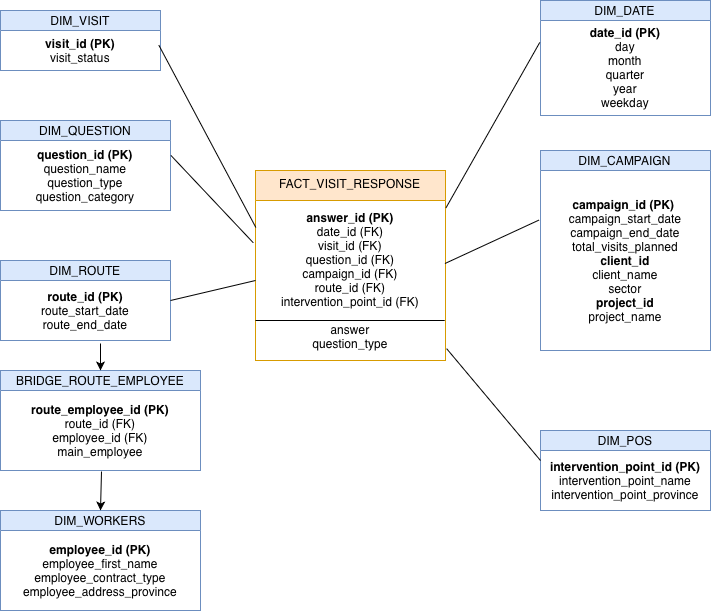
This is eda/star_schema.png from laiaalcala/data_technical_tests, a draw.io export, as it was before one commit. Source tidied: cells renumbered, new cells last; positions are measured from the earlier drawing's top-left corner, leaving out a move shared by most shapes. Source of this version:
```xml
<mxGraphModel>
  <root>
    <mxCell id="0" />
    <mxCell id="1" parent="0" />
    <mxCell id="2" value="FACT_VISIT_RESPONSE" style="shape=table;startSize=30;fixedHeader=1;verticalAlign=top;fillColor=#ffe6cc;strokeColor=#d79b00;" parent="1" vertex="1">
      <mxGeometry x="255" y="170" width="190" height="190" as="geometry" />
    </mxCell>
    <mxCell id="3" style="shape=tableRow;horizontal=0;startSize=0;swimlaneHead=0;swimlaneBody=0;strokeColor=inherit;top=0;left=0;bottom=0;right=0;fillColor=none;points=[[0,0.5],[1,0.5]];portConstraint=eastwest;fixedHeader=1;verticalAlign=top;" parent="2" vertex="1">
      <mxGeometry y="30" width="190" height="160" as="geometry" />
    </mxCell>
    <mxCell id="4" value="&lt;div style=&quot;&quot;&gt;&lt;b&gt;answer_id (PK)&lt;/b&gt;&lt;/div&gt;&lt;div style=&quot;&quot;&gt;date_id (FK)&lt;/div&gt;&lt;div style=&quot;&quot;&gt;visit_id (FK)&lt;/div&gt;&lt;div style=&quot;&quot;&gt;question_id (FK)&lt;/div&gt;&lt;div style=&quot;&quot;&gt;campaign_id (FK)&lt;/div&gt;&lt;div style=&quot;&quot;&gt;route_id (FK)&lt;/div&gt;&lt;div style=&quot;&quot;&gt;intervention_point_id (FK)&lt;/div&gt;&lt;div style=&quot;&quot;&gt;&lt;br&gt;&lt;/div&gt;&lt;div style=&quot;&quot;&gt;answer&lt;br&gt;&lt;/div&gt;&lt;div style=&quot;&quot;&gt;question_type&lt;/div&gt;" style="shape=partialRectangle;html=1;whiteSpace=wrap;strokeColor=inherit;overflow=hidden;fillColor=none;top=0;left=0;bottom=0;right=0;align=center;" parent="3" vertex="1">
      <mxGeometry width="190" height="160" as="geometry" />
    </mxCell>
    <mxCell id="5" style="endArrow=none;html=1;rounded=0;exitX=-0.001;exitY=0.758;exitDx=0;exitDy=0;exitPerimeter=0;entryX=0.995;entryY=0.758;entryDx=0;entryDy=0;entryPerimeter=0;" parent="2" edge="1">
      <mxGeometry relative="1" as="geometry">
        <mxPoint y="150" as="sourcePoint" />
        <mxPoint x="189.2" y="150" as="targetPoint" />
      </mxGeometry>
    </mxCell>
    <mxCell id="6" value="DIM_QUESTION" style="shape=table;startSize=20;fixedHeader=1;fillColor=#dae8fc;strokeColor=#6c8ebf;" parent="1" vertex="1">
      <mxGeometry y="120" width="170" height="90" as="geometry" />
    </mxCell>
    <mxCell id="7" style="shape=tableRow;horizontal=0;startSize=0;swimlaneHead=0;swimlaneBody=0;strokeColor=inherit;top=0;left=0;bottom=0;right=0;fillColor=none;points=[[0,0.5],[1,0.5]];portConstraint=eastwest;fixedHeader=1;" parent="6" vertex="1">
      <mxGeometry y="20" width="170" height="70" as="geometry" />
    </mxCell>
    <mxCell id="8" value="&lt;b&gt;question_id (PK)&lt;/b&gt;&lt;br&gt;question_name&lt;br&gt;question_type&lt;br&gt;question_category" style="shape=partialRectangle;html=1;whiteSpace=wrap;strokeColor=inherit;overflow=hidden;fillColor=none;top=0;left=0;bottom=0;right=0;align=center;" parent="7" vertex="1">
      <mxGeometry width="170" height="70" as="geometry" />
    </mxCell>
    <mxCell id="9" value="DIM_POS" style="shape=table;startSize=20;fixedHeader=1;fillColor=#dae8fc;strokeColor=#6c8ebf;" parent="1" vertex="1">
      <mxGeometry x="540" y="430" width="170" height="80" as="geometry" />
    </mxCell>
    <mxCell id="10" style="shape=tableRow;horizontal=0;startSize=0;swimlaneHead=0;swimlaneBody=0;strokeColor=inherit;top=0;left=0;bottom=0;right=0;fillColor=none;points=[[0,0.5],[1,0.5]];portConstraint=eastwest;fixedHeader=1;" parent="9" vertex="1">
      <mxGeometry y="20" width="170" height="60" as="geometry" />
    </mxCell>
    <mxCell id="11" value="&lt;b&gt;intervention_point_id (PK)&lt;/b&gt;&lt;br&gt;intervention_point_name&lt;br&gt;intervention_point_province" style="shape=partialRectangle;html=1;whiteSpace=wrap;strokeColor=inherit;overflow=hidden;fillColor=none;top=0;left=0;bottom=0;right=0;align=center;" parent="10" vertex="1">
      <mxGeometry width="170" height="60" as="geometry" />
    </mxCell>
    <mxCell id="12" value="DIM_VISIT" style="shape=table;startSize=20;fixedHeader=1;labelBackgroundColor=none;fillColor=#dae8fc;strokeColor=#6c8ebf;" parent="1" vertex="1">
      <mxGeometry y="10" width="160" height="60" as="geometry" />
    </mxCell>
    <mxCell id="13" style="shape=tableRow;horizontal=0;startSize=0;swimlaneHead=0;swimlaneBody=0;strokeColor=inherit;top=0;left=0;bottom=0;right=0;fillColor=none;points=[[0,0.5],[1,0.5]];portConstraint=eastwest;fixedHeader=1;" parent="12" vertex="1">
      <mxGeometry y="20" width="160" height="40" as="geometry" />
    </mxCell>
    <mxCell id="14" value="&lt;b&gt;visit_id (PK)&lt;/b&gt;&lt;br&gt;visit_status" style="shape=partialRectangle;html=1;whiteSpace=wrap;strokeColor=inherit;overflow=hidden;fillColor=none;top=0;left=0;bottom=0;right=0;align=center;" parent="13" vertex="1">
      <mxGeometry width="160" height="40" as="geometry" />
    </mxCell>
    <mxCell id="15" value="DIM_DATE" style="shape=table;startSize=20;fixedHeader=1;fillColor=#dae8fc;strokeColor=#6c8ebf;" parent="1" vertex="1">
      <mxGeometry x="540" width="170" height="115" as="geometry" />
    </mxCell>
    <mxCell id="16" style="shape=tableRow;horizontal=0;startSize=0;swimlaneHead=0;swimlaneBody=0;strokeColor=inherit;top=0;left=0;bottom=0;right=0;fillColor=none;points=[[0,0.5],[1,0.5]];portConstraint=eastwest;fixedHeader=1;" parent="15" vertex="1">
      <mxGeometry y="20" width="170" height="95" as="geometry" />
    </mxCell>
    <mxCell id="17" value="&lt;b&gt;date_id (PK)&lt;/b&gt;&lt;br&gt;day&lt;br&gt;month&lt;br&gt;quarter&lt;br&gt;year&lt;br&gt;weekday" style="shape=partialRectangle;html=1;whiteSpace=wrap;strokeColor=inherit;overflow=hidden;fillColor=none;top=0;left=0;bottom=0;right=0;align=center;" parent="16" vertex="1">
      <mxGeometry width="170" height="95" as="geometry" />
    </mxCell>
    <mxCell id="18" style="endArrow=none;html=1;rounded=0;exitX=1.002;exitY=0.047;exitDx=0;exitDy=0;exitPerimeter=0;entryX=-0.004;entryY=0.23;entryDx=0;entryDy=0;entryPerimeter=0;" parent="1" edge="1" source="3" target="16">
      <mxGeometry relative="1" as="geometry" />
    </mxCell>
    <mxCell id="19" style="endArrow=none;html=1;rounded=0;exitX=0.997;exitY=0.394;exitDx=0;exitDy=0;entryX=-0.008;entryY=0.275;entryDx=0;entryDy=0;entryPerimeter=0;exitPerimeter=0;" parent="1" edge="1" source="3" target="24">
      <mxGeometry relative="1" as="geometry" />
    </mxCell>
    <mxCell id="20" style="endArrow=none;html=1;rounded=0;exitX=1.002;exitY=0.212;exitDx=0;exitDy=0;exitPerimeter=0;entryX=-0.011;entryY=0.265;entryDx=0;entryDy=0;entryPerimeter=0;" parent="1" edge="1" source="7" target="3">
      <mxGeometry relative="1" as="geometry" />
    </mxCell>
    <mxCell id="21" style="endArrow=none;html=1;rounded=0;entryX=0.002;entryY=0.169;entryDx=0;entryDy=0;entryPerimeter=0;exitX=0.989;exitY=0.362;exitDx=0;exitDy=0;exitPerimeter=0;" parent="1" edge="1" source="13" target="3">
      <mxGeometry relative="1" as="geometry" />
    </mxCell>
    <mxCell id="22" style="endArrow=none;html=1;rounded=0;entryX=0;entryY=0.167;entryDx=0;entryDy=0;exitX=1.006;exitY=0.926;exitDx=0;exitDy=0;exitPerimeter=0;entryPerimeter=0;" parent="1" edge="1" source="3" target="10">
      <mxGeometry relative="1" as="geometry" />
    </mxCell>
    <mxCell id="23" value="DIM_CAMPAIGN" style="shape=table;startSize=20;fixedHeader=1;labelBackgroundColor=none;fillColor=#dae8fc;strokeColor=#6c8ebf;" parent="1" vertex="1">
      <mxGeometry x="540" y="150" width="170" height="200" as="geometry" />
    </mxCell>
    <mxCell id="24" style="shape=tableRow;horizontal=0;startSize=0;swimlaneHead=0;swimlaneBody=0;strokeColor=inherit;top=0;left=0;bottom=0;right=0;fillColor=none;points=[[0,0.5],[1,0.5]];portConstraint=eastwest;fixedHeader=1;" parent="23" vertex="1">
      <mxGeometry y="20" width="170" height="180" as="geometry" />
    </mxCell>
    <mxCell id="25" value="&lt;div style=&quot;&quot;&gt;&lt;b&gt;campaign_id (PK)&amp;nbsp;&lt;/b&gt;&lt;/div&gt;&lt;div style=&quot;&quot;&gt;campaign_start_date&lt;/div&gt;&lt;span style=&quot;&quot;&gt;&lt;div style=&quot;&quot;&gt;campaign_end_date&lt;/div&gt;&lt;/span&gt;&lt;span style=&quot;&quot;&gt;&lt;div style=&quot;&quot;&gt;total_visits_planned&lt;/div&gt;&lt;div style=&quot;&quot;&gt;&lt;b&gt;client_id&lt;/b&gt;&lt;br&gt;client_name&lt;br&gt;sector&lt;br&gt;&lt;/div&gt;&lt;div style=&quot;&quot;&gt;&lt;b&gt;project_id&lt;/b&gt;&lt;br&gt;project_name&lt;br&gt;&lt;/div&gt;&lt;/span&gt;" style="shape=partialRectangle;html=1;whiteSpace=wrap;strokeColor=inherit;overflow=hidden;fillColor=none;top=0;left=0;bottom=0;right=0;align=center;" parent="24" vertex="1">
      <mxGeometry width="170" height="180" as="geometry" />
    </mxCell>
    <mxCell id="26" value="DIM_WORKERS" style="shape=table;startSize=20;fixedHeader=1;fillColor=#dae8fc;strokeColor=#6c8ebf;" parent="1" vertex="1">
      <mxGeometry y="510" width="200" height="100" as="geometry" />
    </mxCell>
    <mxCell id="27" style="shape=tableRow;horizontal=0;startSize=0;swimlaneHead=0;swimlaneBody=0;strokeColor=inherit;top=0;left=0;bottom=0;right=0;fillColor=none;fixedHeader=1;" parent="26" vertex="1">
      <mxGeometry y="20" width="200" height="80" as="geometry" />
    </mxCell>
    <mxCell id="28" value="&lt;span style=&quot;&quot;&gt;&lt;b&gt;employee_id (PK)&lt;/b&gt;&lt;/span&gt;&lt;br&gt;&lt;span style=&quot;&quot;&gt;employee_first_name&lt;/span&gt;&lt;br&gt;&lt;span style=&quot;&quot;&gt;employee_contract_type&lt;/span&gt;&lt;br&gt;&lt;span style=&quot;&quot;&gt;employee_address_province&lt;/span&gt;" style="shape=partialRectangle;html=1;whiteSpace=wrap;strokeColor=inherit;overflow=hidden;fillColor=none;top=0;left=0;bottom=0;right=0;align=center;" parent="27" vertex="1">
      <mxGeometry width="200" height="80" as="geometry" />
    </mxCell>
    <mxCell id="29" value="DIM_ROUTE" style="shape=table;startSize=20;fixedHeader=1;fillColor=#dae8fc;strokeColor=#6c8ebf;" parent="1" vertex="1">
      <mxGeometry y="260" width="170" height="80" as="geometry" />
    </mxCell>
    <mxCell id="30" style="shape=tableRow;horizontal=0;startSize=0;swimlaneHead=0;swimlaneBody=0;strokeColor=inherit;top=0;left=0;bottom=0;right=0;fillColor=none;fixedHeader=1;" parent="29" vertex="1">
      <mxGeometry y="20" width="170" height="60" as="geometry" />
    </mxCell>
    <mxCell id="31" value="&lt;b&gt;route_id (PK)&lt;/b&gt;&lt;br&gt;route_start_date&lt;br&gt;route_end_date" style="shape=partialRectangle;html=1;whiteSpace=wrap;strokeColor=inherit;overflow=hidden;fillColor=none;top=0;left=0;bottom=0;right=0;align=center;" parent="30" vertex="1">
      <mxGeometry width="170" height="60" as="geometry" />
    </mxCell>
    <mxCell id="32" style="endArrow=none;html=1;rounded=0;exitX=1.002;exitY=0.212;exitDx=0;exitDy=0;exitPerimeter=0;entryX=0;entryY=0.5;entryDx=0;entryDy=0;" parent="1" edge="1" target="3">
      <mxGeometry relative="1" as="geometry">
        <mxPoint x="170" y="300" as="sourcePoint" />
      </mxGeometry>
    </mxCell>
    <mxCell id="33" value="BRIDGE_ROUTE_EMPLOYEE" style="shape=table;startSize=20;fixedHeader=1;fillColor=#dae8fc;strokeColor=#6c8ebf;" parent="1" vertex="1">
      <mxGeometry y="370" width="200" height="100" as="geometry" />
    </mxCell>
    <mxCell id="34" style="shape=tableRow;horizontal=0;startSize=0;swimlaneHead=0;swimlaneBody=0;strokeColor=inherit;top=0;left=0;bottom=0;right=0;fillColor=none;points=[[0,0.5],[1,0.5]];portConstraint=eastwest;fixedHeader=1;" parent="33" vertex="1">
      <mxGeometry y="20" width="200" height="80" as="geometry" />
    </mxCell>
    <mxCell id="35" value="&lt;b&gt;route_employee_id (PK)&lt;/b&gt;&lt;br&gt;route_id (FK)&lt;div&gt;employee_id (FK)&lt;/div&gt;&lt;div&gt;main_employee&lt;/div&gt;" style="shape=partialRectangle;html=1;whiteSpace=wrap;strokeColor=inherit;overflow=hidden;fillColor=none;top=0;left=0;bottom=0;right=0;align=center;" parent="34" vertex="1">
      <mxGeometry width="200" height="80" as="geometry" />
    </mxCell>
    <mxCell id="36" style="endArrow=classic;html=1;rounded=0;entryX=0.5;entryY=0;entryDx=0;entryDy=0;exitX=0.505;exitY=1.013;exitDx=0;exitDy=0;exitPerimeter=0;" parent="1" edge="1" source="34" target="26">
      <mxGeometry relative="1" as="geometry" />
    </mxCell>
    <mxCell id="37" style="endArrow=classic;html=1;rounded=0;entryX=0.5;entryY=0;entryDx=0;entryDy=0;" parent="1" edge="1" target="33">
      <mxGeometry relative="1" as="geometry">
        <mxPoint x="100" y="343" as="sourcePoint" />
      </mxGeometry>
    </mxCell>
  </root>
</mxGraphModel>
```
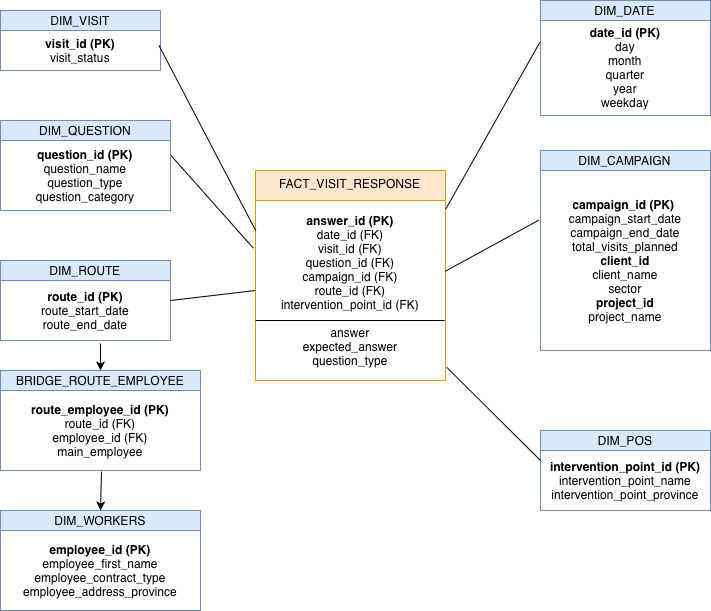
Above is the later version.

Change to the diagram source:
```diff
@@ -3,13 +3,13 @@
     <mxCell id="0" />
     <mxCell id="1" parent="0" />
     <mxCell id="2" value="FACT_VISIT_RESPONSE" style="shape=table;startSize=30;fixedHeader=1;verticalAlign=top;fillColor=#ffe6cc;strokeColor=#d79b00;" parent="1" vertex="1">
-      <mxGeometry x="255" y="170" width="190" height="190" as="geometry" />
+      <mxGeometry x="255" y="170" width="190" height="210" as="geometry" />
     </mxCell>
     <mxCell id="3" style="shape=tableRow;horizontal=0;startSize=0;swimlaneHead=0;swimlaneBody=0;strokeColor=inherit;top=0;left=0;bottom=0;right=0;fillColor=none;points=[[0,0.5],[1,0.5]];portConstraint=eastwest;fixedHeader=1;verticalAlign=top;" parent="2" vertex="1">
-      <mxGeometry y="30" width="190" height="160" as="geometry" />
+      <mxGeometry y="30" width="190" height="180" as="geometry" />
     </mxCell>
-    <mxCell id="4" value="&lt;div style=&quot;&quot;&gt;&lt;b&gt;answer_id (PK)&lt;/b&gt;&lt;/div&gt;&lt;div style=&quot;&quot;&gt;date_id (FK)&lt;/div&gt;&lt;div style=&quot;&quot;&gt;visit_id (FK)&lt;/div&gt;&lt;div style=&quot;&quot;&gt;question_id (FK)&lt;/div&gt;&lt;div style=&quot;&quot;&gt;campaign_id (FK)&lt;/div&gt;&lt;div style=&quot;&quot;&gt;route_id (FK)&lt;/div&gt;&lt;div style=&quot;&quot;&gt;intervention_point_id (FK)&lt;/div&gt;&lt;div style=&quot;&quot;&gt;&lt;br&gt;&lt;/div&gt;&lt;div style=&quot;&quot;&gt;answer&lt;br&gt;&lt;/div&gt;&lt;div style=&quot;&quot;&gt;question_type&lt;/div&gt;" style="shape=partialRectangle;html=1;whiteSpace=wrap;strokeColor=inherit;overflow=hidden;fillColor=none;top=0;left=0;bottom=0;right=0;align=center;" parent="3" vertex="1">
-      <mxGeometry width="190" height="160" as="geometry" />
+    <mxCell id="4" value="&lt;div style=&quot;&quot;&gt;&lt;b&gt;answer_id (PK)&lt;/b&gt;&lt;/div&gt;&lt;div style=&quot;&quot;&gt;date_id (FK)&lt;/div&gt;&lt;div style=&quot;&quot;&gt;visit_id (FK)&lt;/div&gt;&lt;div style=&quot;&quot;&gt;question_id (FK)&lt;/div&gt;&lt;div style=&quot;&quot;&gt;campaign_id (FK)&lt;/div&gt;&lt;div style=&quot;&quot;&gt;route_id (FK)&lt;/div&gt;&lt;div style=&quot;&quot;&gt;intervention_point_id (FK)&lt;/div&gt;&lt;div style=&quot;&quot;&gt;&lt;br&gt;&lt;/div&gt;&lt;div style=&quot;&quot;&gt;answer&lt;br&gt;&lt;/div&gt;&lt;div style=&quot;&quot;&gt;expected_answer&lt;/div&gt;&lt;div style=&quot;&quot;&gt;question_type&lt;/div&gt;" style="shape=partialRectangle;html=1;whiteSpace=wrap;strokeColor=inherit;overflow=hidden;fillColor=none;top=0;left=0;bottom=0;right=0;align=center;" parent="3" vertex="1">
+      <mxGeometry width="190" height="180" as="geometry" />
     </mxCell>
     <mxCell id="5" style="endArrow=none;html=1;rounded=0;exitX=-0.001;exitY=0.758;exitDx=0;exitDy=0;exitPerimeter=0;entryX=0.995;entryY=0.758;entryDx=0;entryDy=0;entryPerimeter=0;" parent="2" edge="1">
       <mxGeometry relative="1" as="geometry">
```
